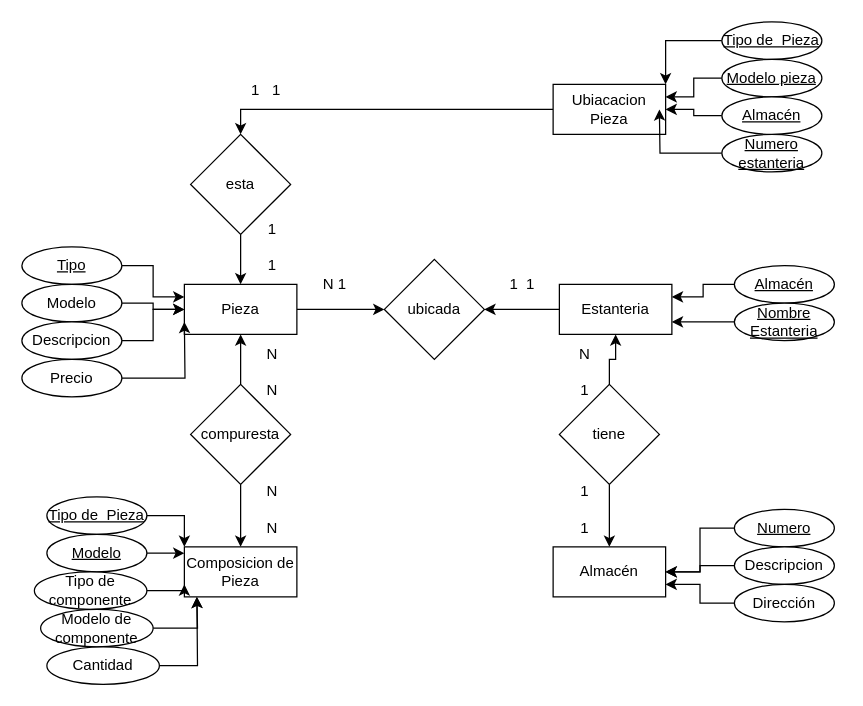
adriii28/amr-tsys-C3U12-11102023 keeps this draw.io diagram as ej5.drawio. Above is the earlier version. Source tidied: cells renumbered, new cells numbered last; positions are measured from the earlier drawing's top-left corner, leaving out a move shared by most shapes. Both pictures are drawn from the tidied source at 125%, with x=0, y=0 at pixel (21, 21).
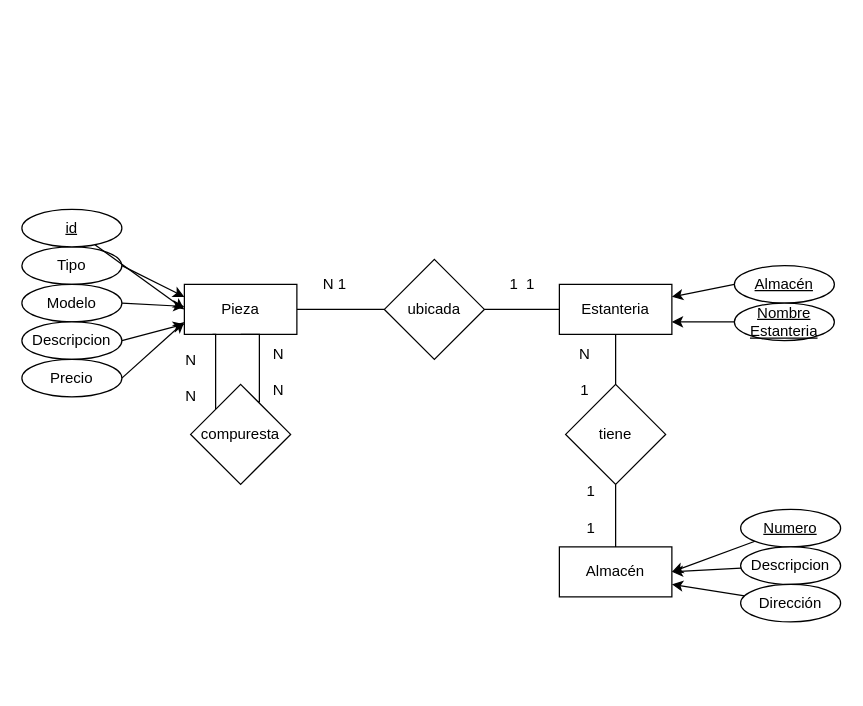
The same diagram, later.

Unchanged cells that the change refers to:
```xml
<mxCell id="3" value="Pieza" style="rounded=0;whiteSpace=wrap;html=1;" parent="1" vertex="1">
  <mxGeometry x="130" y="210" width="90" height="40" as="geometry" />
</mxCell>
<mxCell id="7" value="Estanteria" style="rounded=0;whiteSpace=wrap;html=1;" parent="1" vertex="1">
  <mxGeometry x="430" y="210" width="90" height="40" as="geometry" />
</mxCell>
<mxCell id="12" value="compuresta" style="rhombus;whiteSpace=wrap;html=1;" parent="1" vertex="1">
  <mxGeometry x="135" y="290" width="80" height="80" as="geometry" />
</mxCell>
<mxCell id="13" value="ubicada" style="rhombus;whiteSpace=wrap;html=1;" parent="1" vertex="1">
  <mxGeometry x="290" y="190" width="80" height="80" as="geometry" />
</mxCell>
<mxCell id="20" value="Modelo" style="ellipse;whiteSpace=wrap;html=1;fontStyle=0;" parent="1" vertex="1">
  <mxGeometry y="210" width="80" height="30" as="geometry" />
</mxCell>
<mxCell id="22" value="Descripcion" style="ellipse;whiteSpace=wrap;html=1;fontStyle=0;" parent="1" vertex="1">
  <mxGeometry y="240" width="80" height="30" as="geometry" />
</mxCell>
<mxCell id="24" value="Precio" style="ellipse;whiteSpace=wrap;html=1;fontStyle=0;" parent="1" vertex="1">
  <mxGeometry y="270" width="80" height="30" as="geometry" />
</mxCell>
<mxCell id="42" value="Almacén" style="ellipse;whiteSpace=wrap;html=1;fontStyle=4;" parent="1" vertex="1">
  <mxGeometry x="570" y="195" width="80" height="30" as="geometry" />
</mxCell>
<mxCell id="44" value="Nombre Estanteria" style="ellipse;whiteSpace=wrap;html=1;fontStyle=4;" parent="1" vertex="1">
  <mxGeometry x="570" y="225" width="80" height="30" as="geometry" />
</mxCell>
```

What changed in the source:
```diff
@@
-    <mxCell id="2" style="edgeStyle=orthogonalEdgeStyle;rounded=0;jettySize=auto;html=1;exitX=1;exitY=0.5;exitDx=0;exitDy=0;entryX=0;entryY=0.5;entryDx=0;entryDy=0;" parent="1" edge="1" source="3" target="13">
+    <mxCell id="2" style="edgeStyle=orthogonalEdgeStyle;rounded=0;jettySize=auto;html=1;exitX=1;exitY=0.5;exitDx=0;exitDy=0;entryX=0;entryY=0.5;entryDx=0;entryDy=0;startArrow=none;startFill=0;endArrow=none;endFill=0;" parent="1" edge="1" source="3" target="13">
       <mxGeometry relative="1" as="geometry" />
     </mxCell>
@@
-    <mxCell id="4" value="Composicion de Pieza" style="rounded=0;whiteSpace=wrap;html=1;" parent="1" vertex="1">
-      <mxGeometry x="130" y="420" width="90" height="40" as="geometry" />
-    </mxCell>
     <mxCell id="5" value="Almacén" style="rounded=0;whiteSpace=wrap;html=1;" parent="1" vertex="1">
-      <mxGeometry x="425" y="420" width="90" height="40" as="geometry" />
+      <mxGeometry x="430" y="420" width="90" height="40" as="geometry" />
     </mxCell>
-    <mxCell id="6" style="edgeStyle=orthogonalEdgeStyle;rounded=0;jettySize=auto;html=1;exitX=0;exitY=0.5;exitDx=0;exitDy=0;entryX=1;entryY=0.5;entryDx=0;entryDy=0;" parent="1" edge="1" source="7" target="13">
+    <mxCell id="6" style="edgeStyle=orthogonalEdgeStyle;rounded=0;jettySize=auto;html=1;exitX=0;exitY=0.5;exitDx=0;exitDy=0;entryX=1;entryY=0.5;entryDx=0;entryDy=0;startArrow=none;startFill=0;endArrow=none;endFill=0;" parent="1" edge="1" source="7" target="13">
       <mxGeometry relative="1" as="geometry" />
     </mxCell>
@@
-    <mxCell id="8" style="edgeStyle=orthogonalEdgeStyle;rounded=0;jettySize=auto;html=1;exitX=0;exitY=0.5;exitDx=0;exitDy=0;entryX=0.5;entryY=0;entryDx=0;entryDy=0;" parent="1" edge="1" source="9" target="54">
-      <mxGeometry relative="1" as="geometry" />
-    </mxCell>
-    <mxCell id="9" value="Ubiacacion Pieza" style="rounded=0;whiteSpace=wrap;html=1;" parent="1" vertex="1">
-      <mxGeometry x="425" y="50" width="90" height="40" as="geometry" />
-    </mxCell>
-    <mxCell id="10" style="edgeStyle=orthogonalEdgeStyle;rounded=0;jettySize=auto;html=1;exitX=0.5;exitY=0;exitDx=0;exitDy=0;entryX=0.5;entryY=1;entryDx=0;entryDy=0;" parent="1" edge="1" source="12" target="3">
-      <mxGeometry relative="1" as="geometry" />
+    <mxCell id="10" style="edgeStyle=orthogonalEdgeStyle;rounded=0;jettySize=auto;html=1;exitX=0.668;exitY=0.175;exitDx=0;exitDy=0;entryX=0.5;entryY=1;entryDx=0;entryDy=0;endArrow=none;endFill=0;startArrow=none;startFill=0;exitPerimeter=0;" parent="1" edge="1" source="12" target="3">
+      <mxGeometry relative="1" as="geometry">
+        <Array as="points">
+          <mxPoint x="190" y="304" />
+          <mxPoint x="190" y="250" />
+        </Array>
+      </mxGeometry>
     </mxCell>
-    <mxCell id="11" style="edgeStyle=orthogonalEdgeStyle;rounded=0;jettySize=auto;html=1;exitX=0.5;exitY=1;exitDx=0;exitDy=0;entryX=0.5;entryY=0;entryDx=0;entryDy=0;" parent="1" edge="1" source="12" target="4">
-      <mxGeometry relative="1" as="geometry" />
-    </mxCell>
+    <mxCell id="63" style="edgeStyle=orthogonalEdgeStyle;rounded=0;jettySize=auto;html=1;exitX=0;exitY=0;exitDx=0;exitDy=0;entryX=0.25;entryY=1;entryDx=0;entryDy=0;startArrow=none;startFill=0;endArrow=none;endFill=0;" parent="1" edge="1" source="12" target="3">
+      <mxGeometry relative="1" as="geometry">
+        <Array as="points">
+          <mxPoint x="155" y="250" />
+        </Array>
+      </mxGeometry>
+    </mxCell>
@@
-    <mxCell id="14" style="edgeStyle=orthogonalEdgeStyle;rounded=0;jettySize=auto;html=1;exitX=0.5;exitY=0;exitDx=0;exitDy=0;entryX=0.5;entryY=1;entryDx=0;entryDy=0;" parent="1" edge="1" source="16" target="7">
-      <mxGeometry relative="1" as="geometry" />
+    <mxCell id="14" style="edgeStyle=orthogonalEdgeStyle;rounded=0;jettySize=auto;html=1;exitX=0.5;exitY=0;exitDx=0;exitDy=0;entryX=0.5;entryY=1;entryDx=0;entryDy=0;startArrow=none;startFill=0;endArrow=none;endFill=0;" parent="1" edge="1" source="16" target="7">
+      <mxGeometry relative="1" as="geometry">
+        <Array as="points">
+          <mxPoint x="475" y="280" />
+          <mxPoint x="475" y="280" />
+        </Array>
+      </mxGeometry>
     </mxCell>
-    <mxCell id="15" style="edgeStyle=orthogonalEdgeStyle;rounded=0;jettySize=auto;html=1;exitX=0.5;exitY=1;exitDx=0;exitDy=0;entryX=0.5;entryY=0;entryDx=0;entryDy=0;" parent="1" edge="1" source="16" target="5">
+    <mxCell id="15" style="edgeStyle=orthogonalEdgeStyle;rounded=0;jettySize=auto;html=1;exitX=0.5;exitY=1;exitDx=0;exitDy=0;entryX=0.5;entryY=0;entryDx=0;entryDy=0;startArrow=none;startFill=0;endArrow=none;endFill=0;" parent="1" edge="1" source="16" target="5">
       <mxGeometry relative="1" as="geometry" />
     </mxCell>
     <mxCell id="16" value="tiene" style="rhombus;whiteSpace=wrap;html=1;" parent="1" vertex="1">
-      <mxGeometry x="430" y="290" width="80" height="80" as="geometry" />
+      <mxGeometry x="435" y="290" width="80" height="80" as="geometry" />
     </mxCell>
-    <mxCell id="17" style="edgeStyle=orthogonalEdgeStyle;rounded=0;jettySize=auto;html=1;exitX=1;exitY=0.5;exitDx=0;exitDy=0;entryX=0;entryY=0.25;entryDx=0;entryDy=0;" parent="1" edge="1" source="18" target="3">
+    <mxCell id="17" style="rounded=0;jettySize=auto;html=1;exitX=1;exitY=0.5;exitDx=0;exitDy=0;entryX=0;entryY=0.25;entryDx=0;entryDy=0;" parent="1" edge="1" source="18" target="3">
       <mxGeometry relative="1" as="geometry" />
     </mxCell>
-    <mxCell id="18" value="Tipo" style="ellipse;whiteSpace=wrap;html=1;fontStyle=4;" parent="1" vertex="1">
+    <mxCell id="18" value="Tipo" style="ellipse;whiteSpace=wrap;html=1;fontStyle=0;" parent="1" vertex="1">
       <mxGeometry y="180" width="80" height="30" as="geometry" />
     </mxCell>
-    <mxCell id="19" style="edgeStyle=orthogonalEdgeStyle;rounded=0;jettySize=auto;html=1;exitX=1;exitY=0.5;exitDx=0;exitDy=0;" parent="1" edge="1" source="20" target="3">
+    <mxCell id="19" style="rounded=0;jettySize=auto;html=1;exitX=1;exitY=0.5;exitDx=0;exitDy=0;" parent="1" edge="1" source="20" target="3">
       <mxGeometry relative="1" as="geometry" />
     </mxCell>
@@
-    <mxCell id="21" style="edgeStyle=orthogonalEdgeStyle;rounded=0;jettySize=auto;html=1;exitX=1;exitY=0.5;exitDx=0;exitDy=0;" parent="1" edge="1" source="22" target="3">
+    <mxCell id="21" style="rounded=0;jettySize=auto;html=1;exitX=1;exitY=0.5;exitDx=0;exitDy=0;" parent="1" edge="1" source="22" target="3">
       <mxGeometry relative="1" as="geometry" />
     </mxCell>
@@
-    <mxCell id="23" style="edgeStyle=orthogonalEdgeStyle;rounded=0;jettySize=auto;html=1;exitX=1;exitY=0.5;exitDx=0;exitDy=0;" parent="1" edge="1" source="24">
+    <mxCell id="23" style="rounded=0;jettySize=auto;html=1;exitX=1;exitY=0.5;exitDx=0;exitDy=0;" parent="1" edge="1" source="24">
       <mxGeometry relative="1" as="geometry">
         <mxPoint x="130" y="240" as="targetPoint" />
       </mxGeometry>
     </mxCell>
@@
-    <mxCell id="25" style="edgeStyle=orthogonalEdgeStyle;rounded=0;jettySize=auto;html=1;exitX=1;exitY=0.5;exitDx=0;exitDy=0;entryX=0;entryY=0;entryDx=0;entryDy=0;" parent="1" edge="1" source="26" target="4">
-      <mxGeometry relative="1" as="geometry" />
-    </mxCell>
-    <mxCell id="26" value="Tipo de&amp;nbsp; Pieza" style="ellipse;whiteSpace=wrap;html=1;fontStyle=4;" parent="1" vertex="1">
-      <mxGeometry x="20" y="380" width="80" height="30" as="geometry" />
-    </mxCell>
-    <mxCell id="27" style="edgeStyle=orthogonalEdgeStyle;rounded=0;jettySize=auto;html=1;exitX=1;exitY=0.5;exitDx=0;exitDy=0;" parent="1" edge="1" source="28">
-      <mxGeometry relative="1" as="geometry">
-        <mxPoint x="130" y="425" as="targetPoint" />
-      </mxGeometry>
-    </mxCell>
-    <mxCell id="28" value="Modelo" style="ellipse;whiteSpace=wrap;html=1;fontStyle=4;" parent="1" vertex="1">
-      <mxGeometry x="20" y="410" width="80" height="30" as="geometry" />
-    </mxCell>
-    <mxCell id="29" style="edgeStyle=orthogonalEdgeStyle;rounded=0;jettySize=auto;html=1;exitX=1;exitY=0.5;exitDx=0;exitDy=0;entryX=0;entryY=0.75;entryDx=0;entryDy=0;" parent="1" edge="1" source="30" target="4">
-      <mxGeometry relative="1" as="geometry" />
-    </mxCell>
-    <mxCell id="30" value="Tipo de componente" style="ellipse;whiteSpace=wrap;html=1;fontStyle=0;" parent="1" vertex="1">
-      <mxGeometry x="10" y="440" width="90" height="30" as="geometry" />
-    </mxCell>
-    <mxCell id="31" style="edgeStyle=orthogonalEdgeStyle;rounded=0;jettySize=auto;html=1;exitX=1;exitY=0.5;exitDx=0;exitDy=0;" parent="1" edge="1" source="32">
-      <mxGeometry relative="1" as="geometry">
-        <mxPoint x="140" y="460" as="targetPoint" />
-      </mxGeometry>
-    </mxCell>
-    <mxCell id="32" value="Modelo de componente" style="ellipse;whiteSpace=wrap;html=1;fontStyle=0;" parent="1" vertex="1">
-      <mxGeometry x="15" y="470" width="90" height="30" as="geometry" />
-    </mxCell>
-    <mxCell id="33" style="edgeStyle=orthogonalEdgeStyle;rounded=0;jettySize=auto;html=1;exitX=1;exitY=0.5;exitDx=0;exitDy=0;" parent="1" edge="1" source="34">
-      <mxGeometry relative="1" as="geometry">
-        <mxPoint x="140" y="460" as="targetPoint" />
-      </mxGeometry>
-    </mxCell>
-    <mxCell id="34" value="Cantidad" style="ellipse;whiteSpace=wrap;html=1;fontStyle=0;" parent="1" vertex="1">
-      <mxGeometry x="20" y="500" width="90" height="30" as="geometry" />
-    </mxCell>
-    <mxCell id="35" style="edgeStyle=orthogonalEdgeStyle;rounded=0;jettySize=auto;html=1;entryX=1;entryY=0.5;entryDx=0;entryDy=0;" parent="1" edge="1" source="36" target="5">
+    <mxCell id="35" style="rounded=0;jettySize=auto;html=1;entryX=1;entryY=0.5;entryDx=0;entryDy=0;" parent="1" edge="1" source="36" target="5">
       <mxGeometry relative="1" as="geometry" />
     </mxCell>
     <mxCell id="36" value="Numero" style="ellipse;whiteSpace=wrap;html=1;fontStyle=4;" parent="1" vertex="1">
-      <mxGeometry x="570" y="390" width="80" height="30" as="geometry" />
+      <mxGeometry x="575" y="390" width="80" height="30" as="geometry" />
     </mxCell>
-    <mxCell id="37" style="edgeStyle=orthogonalEdgeStyle;rounded=0;jettySize=auto;html=1;entryX=1;entryY=0.5;entryDx=0;entryDy=0;" parent="1" edge="1" source="38" target="5">
+    <mxCell id="37" style="rounded=0;jettySize=auto;html=1;entryX=1;entryY=0.5;entryDx=0;entryDy=0;" parent="1" edge="1" source="38" target="5">
       <mxGeometry relative="1" as="geometry" />
     </mxCell>
     <mxCell id="38" value="Descripcion" style="ellipse;whiteSpace=wrap;html=1;fontStyle=0;" parent="1" vertex="1">
-      <mxGeometry x="570" y="420" width="80" height="30" as="geometry" />
+      <mxGeometry x="575" y="420" width="80" height="30" as="geometry" />
     </mxCell>
-    <mxCell id="39" style="edgeStyle=orthogonalEdgeStyle;rounded=0;jettySize=auto;html=1;entryX=1;entryY=0.75;entryDx=0;entryDy=0;" parent="1" edge="1" source="40" target="5">
+    <mxCell id="39" style="rounded=0;jettySize=auto;html=1;entryX=1;entryY=0.75;entryDx=0;entryDy=0;" parent="1" edge="1" source="40" target="5">
       <mxGeometry relative="1" as="geometry" />
     </mxCell>
     <mxCell id="40" value="Dirección" style="ellipse;whiteSpace=wrap;html=1;fontStyle=0;" parent="1" vertex="1">
-      <mxGeometry x="570" y="450" width="80" height="30" as="geometry" />
+      <mxGeometry x="575" y="450" width="80" height="30" as="geometry" />
     </mxCell>
-    <mxCell id="41" style="edgeStyle=orthogonalEdgeStyle;rounded=0;jettySize=auto;html=1;exitX=0;exitY=0.5;exitDx=0;exitDy=0;entryX=1;entryY=0.25;entryDx=0;entryDy=0;" parent="1" edge="1" source="42" target="7">
+    <mxCell id="41" style="rounded=0;jettySize=auto;html=1;exitX=0;exitY=0.5;exitDx=0;exitDy=0;entryX=1;entryY=0.25;entryDx=0;entryDy=0;" parent="1" edge="1" source="42" target="7">
       <mxGeometry relative="1" as="geometry" />
     </mxCell>
@@
-    <mxCell id="43" style="edgeStyle=orthogonalEdgeStyle;rounded=0;jettySize=auto;html=1;exitX=0;exitY=0.5;exitDx=0;exitDy=0;entryX=1;entryY=0.75;entryDx=0;entryDy=0;" parent="1" edge="1" source="44" target="7">
+    <mxCell id="43" style="rounded=0;jettySize=auto;html=1;exitX=0;exitY=0.5;exitDx=0;exitDy=0;entryX=1;entryY=0.75;entryDx=0;entryDy=0;" parent="1" edge="1" source="44" target="7">
       <mxGeometry relative="1" as="geometry" />
     </mxCell>
@@
-    <mxCell id="45" style="edgeStyle=orthogonalEdgeStyle;rounded=0;jettySize=auto;html=1;exitX=0;exitY=0.5;exitDx=0;exitDy=0;entryX=1;entryY=0;entryDx=0;entryDy=0;" parent="1" edge="1" source="46" target="9">
-      <mxGeometry relative="1" as="geometry" />
-    </mxCell>
-    <mxCell id="46" value="Tipo de&amp;nbsp; Pieza" style="ellipse;whiteSpace=wrap;html=1;fontStyle=4;" parent="1" vertex="1">
-      <mxGeometry x="560" width="80" height="30" as="geometry" />
-    </mxCell>
-    <mxCell id="47" style="edgeStyle=orthogonalEdgeStyle;rounded=0;jettySize=auto;html=1;exitX=0;exitY=0.5;exitDx=0;exitDy=0;entryX=1;entryY=0.25;entryDx=0;entryDy=0;" parent="1" edge="1" source="48" target="9">
-      <mxGeometry relative="1" as="geometry" />
-    </mxCell>
-    <mxCell id="48" value="Modelo pieza" style="ellipse;whiteSpace=wrap;html=1;fontStyle=4;" parent="1" vertex="1">
-      <mxGeometry x="560" y="30" width="80" height="30" as="geometry" />
-    </mxCell>
-    <mxCell id="49" style="edgeStyle=orthogonalEdgeStyle;rounded=0;jettySize=auto;html=1;exitX=0;exitY=0.5;exitDx=0;exitDy=0;" parent="1" edge="1" source="50">
-      <mxGeometry relative="1" as="geometry">
-        <mxPoint x="510" y="70" as="targetPoint" />
-      </mxGeometry>
-    </mxCell>
-    <mxCell id="50" value="Numero estanteria" style="ellipse;whiteSpace=wrap;html=1;fontStyle=4;" parent="1" vertex="1">
-      <mxGeometry x="560" y="90" width="80" height="30" as="geometry" />
-    </mxCell>
-    <mxCell id="51" style="edgeStyle=orthogonalEdgeStyle;rounded=0;jettySize=auto;html=1;exitX=0;exitY=0.5;exitDx=0;exitDy=0;entryX=1;entryY=0.5;entryDx=0;entryDy=0;" parent="1" edge="1" source="52" target="9">
-      <mxGeometry relative="1" as="geometry" />
-    </mxCell>
-    <mxCell id="52" value="Almacén" style="ellipse;whiteSpace=wrap;html=1;fontStyle=4;" parent="1" vertex="1">
-      <mxGeometry x="560" y="60" width="80" height="30" as="geometry" />
-    </mxCell>
-    <mxCell id="53" style="edgeStyle=orthogonalEdgeStyle;rounded=0;jettySize=auto;html=1;entryX=0.5;entryY=0;entryDx=0;entryDy=0;" parent="1" edge="1" source="54" target="3">
-      <mxGeometry relative="1" as="geometry" />
-    </mxCell>
-    <mxCell id="54" value="esta" style="rhombus;whiteSpace=wrap;html=1;" parent="1" vertex="1">
-      <mxGeometry x="135" y="90" width="80" height="80" as="geometry" />
-    </mxCell>
@@
     <mxCell id="57" value="1&lt;br&gt;&lt;br&gt;1" style="text;html=1;align=center;verticalAlign=middle;strokeColor=none;fillColor=none;" parent="1" vertex="1">
-      <mxGeometry x="435" y="360" width="30" height="60" as="geometry" />
+      <mxGeometry x="440" y="360" width="30" height="60" as="geometry" />
     </mxCell>
@@
+    <mxCell id="60" value="N&lt;br&gt;&lt;br&gt;N" style="text;html=1;align=center;verticalAlign=middle;strokeColor=none;fillColor=none;" parent="1" vertex="1">
+      <mxGeometry x="190" y="250" width="30" height="60" as="geometry" />
+    </mxCell>
+    <mxCell id="64" style="rounded=0;jettySize=auto;html=1;entryX=0;entryY=0.5;entryDx=0;entryDy=0;" parent="1" edge="1" source="65" target="3">
+      <mxGeometry relative="1" as="geometry" />
+    </mxCell>
+    <mxCell id="65" value="id" style="ellipse;whiteSpace=wrap;html=1;fontStyle=4;" parent="1" vertex="1">
+      <mxGeometry y="150" width="80" height="30" as="geometry" />
+    </mxCell>
     <mxCell id="59" value="N&lt;br&gt;&lt;br&gt;N" style="text;html=1;align=center;verticalAlign=middle;strokeColor=none;fillColor=none;" parent="1" vertex="1">
-      <mxGeometry x="185" y="360" width="30" height="60" as="geometry" />
+      <mxGeometry x="120" y="255" width="30" height="60" as="geometry" />
     </mxCell>
-    <mxCell id="60" value="N&lt;br&gt;&lt;br&gt;N" style="text;html=1;align=center;verticalAlign=middle;strokeColor=none;fillColor=none;" parent="1" vertex="1">
-      <mxGeometry x="185" y="250" width="30" height="60" as="geometry" />
-    </mxCell>
-    <mxCell id="61" value="&lt;div&gt;1&lt;/div&gt;&lt;div&gt;&lt;br&gt;&lt;/div&gt;&lt;div&gt;1&lt;br&gt;&lt;/div&gt;" style="text;html=1;align=center;verticalAlign=middle;strokeColor=none;fillColor=none;" parent="1" vertex="1">
-      <mxGeometry x="185" y="150" width="30" height="60" as="geometry" />
-    </mxCell>
-    <mxCell id="62" value="1&amp;nbsp;&amp;nbsp; 1" style="text;html=1;align=center;verticalAlign=middle;strokeColor=none;fillColor=none;" parent="1" vertex="1">
-      <mxGeometry x="170" y="40" width="50" height="30" as="geometry" />
-    </mxCell>
```
